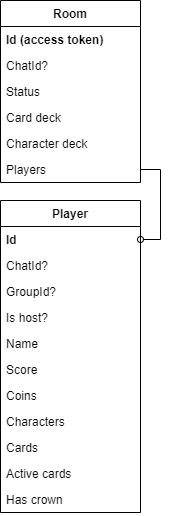
This is docs/ER-diagram.png from AntonArtomovNM/KCAA, a draw.io export, as it was before one commit. Source tidied: cells renumbered, new cells last; positions are measured from the earlier drawing's top-left corner, leaving out a move shared by most shapes.
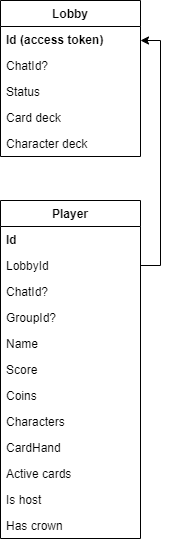
After the commit.

What changed in the source:
```diff
@@ -3,20 +3,20 @@
     <mxCell id="0" />
     <mxCell id="1" parent="0" />
     <mxCell id="2" value="Player" style="swimlane;fontStyle=1;horizontal=1;startSize=26;" parent="1" vertex="1">
-      <mxGeometry y="200" width="140" height="312" as="geometry" />
+      <mxGeometry y="200" width="140" height="338" as="geometry" />
     </mxCell>
     <mxCell id="3" value="Id" style="text;strokeColor=none;fillColor=none;align=left;verticalAlign=top;spacingLeft=4;spacingRight=4;overflow=hidden;points=[[0,0.5],[1,0.5]];portConstraint=eastwest;fontStyle=1;" parent="2" vertex="1">
       <mxGeometry y="26" width="140" height="26" as="geometry" />
     </mxCell>
+    <mxCell id="5" value="LobbyId" style="text;strokeColor=none;fillColor=none;align=left;verticalAlign=top;spacingLeft=4;spacingRight=4;overflow=hidden;points=[[0,0.5],[1,0.5]];portConstraint=eastwest;" parent="2" vertex="1">
+      <mxGeometry y="52" width="140" height="26" as="geometry" />
+    </mxCell>
     <mxCell id="4" value="ChatId?" style="text;strokeColor=none;fillColor=none;align=left;verticalAlign=top;spacingLeft=4;spacingRight=4;overflow=hidden;" parent="2" vertex="1">
-      <mxGeometry y="52" width="140" height="26" as="geometry" />
+      <mxGeometry y="78" width="140" height="26" as="geometry" />
     </mxCell>
-    <mxCell id="5" value="GroupId?" style="text;strokeColor=none;fillColor=none;align=left;verticalAlign=top;spacingLeft=4;spacingRight=4;overflow=hidden;points=[[0,0.5],[1,0.5]];portConstraint=eastwest;" parent="2" vertex="1">
-      <mxGeometry y="78" width="140" height="26" as="geometry" />
-    </mxCell>
-    <mxCell id="6" value="Is host?" style="text;strokeColor=none;fillColor=none;align=left;verticalAlign=top;spacingLeft=4;spacingRight=4;overflow=hidden;" parent="2" vertex="1">
-      <mxGeometry y="104" width="140" height="26" as="geometry" />
-    </mxCell>
+    <mxCell id="22" value="GroupId?" style="text;strokeColor=none;fillColor=none;align=left;verticalAlign=top;spacingLeft=4;spacingRight=4;overflow=hidden;" parent="2" vertex="1">
+      <mxGeometry y="104" width="140" height="26" as="geometry" />
+    </mxCell>
     <mxCell id="7" value="Name" style="text;strokeColor=none;fillColor=none;align=left;verticalAlign=top;spacingLeft=4;spacingRight=4;overflow=hidden;" parent="2" vertex="1">
       <mxGeometry y="130" width="140" height="26" as="geometry" />
     </mxCell>
@@ -29,17 +29,20 @@
     <mxCell id="10" value="Characters" style="text;strokeColor=none;fillColor=none;align=left;verticalAlign=top;spacingLeft=4;spacingRight=4;overflow=hidden;" parent="2" vertex="1">
       <mxGeometry y="208" width="140" height="26" as="geometry" />
     </mxCell>
-    <mxCell id="11" value="Cards" style="text;strokeColor=none;fillColor=none;align=left;verticalAlign=top;spacingLeft=4;spacingRight=4;overflow=hidden;" parent="2" vertex="1">
+    <mxCell id="11" value="CardHand" style="text;strokeColor=none;fillColor=none;align=left;verticalAlign=top;spacingLeft=4;spacingRight=4;overflow=hidden;" parent="2" vertex="1">
       <mxGeometry y="234" width="140" height="26" as="geometry" />
     </mxCell>
     <mxCell id="12" value="Active cards" style="text;strokeColor=none;fillColor=none;align=left;verticalAlign=top;spacingLeft=4;spacingRight=4;overflow=hidden;" parent="2" vertex="1">
       <mxGeometry y="260" width="140" height="26" as="geometry" />
     </mxCell>
+    <mxCell id="6" value="Is host" style="text;strokeColor=none;fillColor=none;align=left;verticalAlign=top;spacingLeft=4;spacingRight=4;overflow=hidden;" parent="2" vertex="1">
+      <mxGeometry y="286" width="140" height="26" as="geometry" />
+    </mxCell>
     <mxCell id="13" value="Has crown" style="text;strokeColor=none;fillColor=none;align=left;verticalAlign=top;spacingLeft=4;spacingRight=4;overflow=hidden;" parent="2" vertex="1">
-      <mxGeometry y="286" width="140" height="26" as="geometry" />
+      <mxGeometry y="312" width="140" height="26" as="geometry" />
     </mxCell>
-    <mxCell id="14" value="Room" style="swimlane;fontStyle=1;horizontal=1;startSize=26;" parent="1" vertex="1">
-      <mxGeometry width="140" height="182" as="geometry" />
+    <mxCell id="14" value="Lobby" style="swimlane;fontStyle=1;horizontal=1;startSize=26;" parent="1" vertex="1">
+      <mxGeometry width="140" height="156" as="geometry" />
     </mxCell>
     <mxCell id="15" value="Id (access token)" style="text;strokeColor=none;fillColor=none;align=left;verticalAlign=top;spacingLeft=4;spacingRight=4;overflow=hidden;fontStyle=1;" parent="14" vertex="1">
       <mxGeometry y="26" width="140" height="26" as="geometry" />
@@ -56,11 +59,14 @@
     <mxCell id="19" value="Character deck" style="text;strokeColor=none;fillColor=none;align=left;verticalAlign=top;spacingLeft=4;spacingRight=4;overflow=hidden;" parent="14" vertex="1">
       <mxGeometry y="130" width="140" height="26" as="geometry" />
     </mxCell>
-    <mxCell id="20" value="Players" style="text;strokeColor=none;fillColor=none;align=left;verticalAlign=top;spacingLeft=4;spacingRight=4;overflow=hidden;points=[[0,0.5],[1,0.5]];portConstraint=eastwest;" parent="14" vertex="1">
-      <mxGeometry y="156" width="140" height="26" as="geometry" />
-    </mxCell>
-    <mxCell id="21" style="edgeStyle=orthogonalEdgeStyle;rounded=0;jettySize=auto;html=1;exitX=1;exitY=0.5;exitDx=0;exitDy=0;entryX=1;entryY=0.5;entryDx=0;entryDy=0;startArrow=none;startFill=0;endArrow=oval;endFill=0;" parent="1" edge="1" source="20" target="3">
-      <mxGeometry relative="1" as="geometry" />
+    <mxCell id="21" style="edgeStyle=orthogonalEdgeStyle;rounded=0;jettySize=auto;html=1;startArrow=classic;startFill=1;endArrow=none;endFill=0;entryX=1;entryY=0.5;entryDx=0;entryDy=0;" parent="1" edge="1" target="5">
+      <mxGeometry relative="1" as="geometry">
+        <mxPoint x="140" y="40" as="sourcePoint" />
+        <Array as="points">
+          <mxPoint x="160" y="40" />
+          <mxPoint x="160" y="265" />
+        </Array>
+      </mxGeometry>
     </mxCell>
   </root>
 </mxGraphModel>
```
